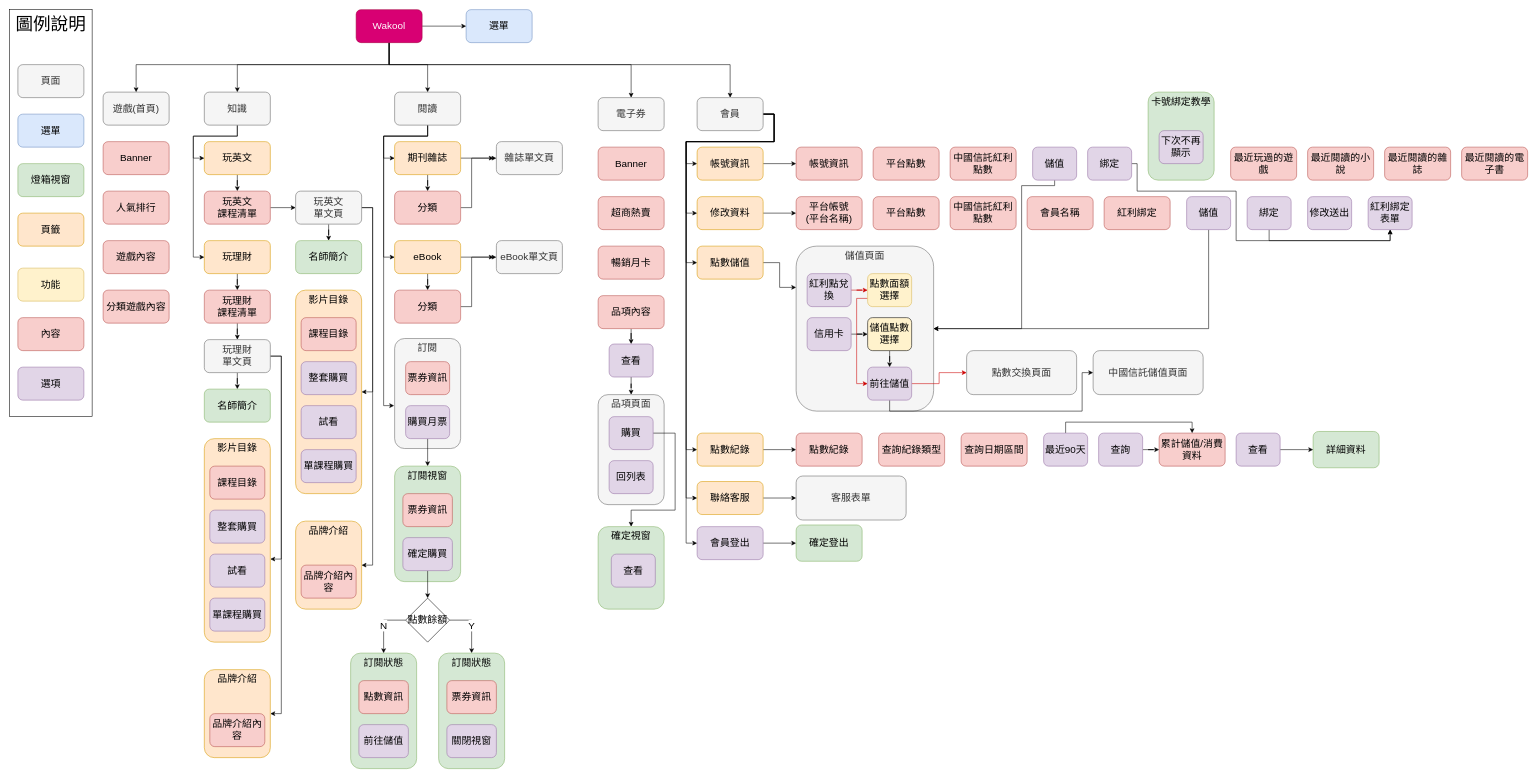
Cadmus-design/Diagrams keeps this draw.io diagram as page "sitemap-1117" (3 of 3) of 中信Wakool.drawio. Above is the earlier version. Source tidied: cells renumbered, new cells numbered last; positions are measured from the earlier drawing's top-left corner, leaving out a move shared by most shapes. Both pictures are drawn from the tidied source at 55%, with x=0, y=0 at pixel (9, 9).
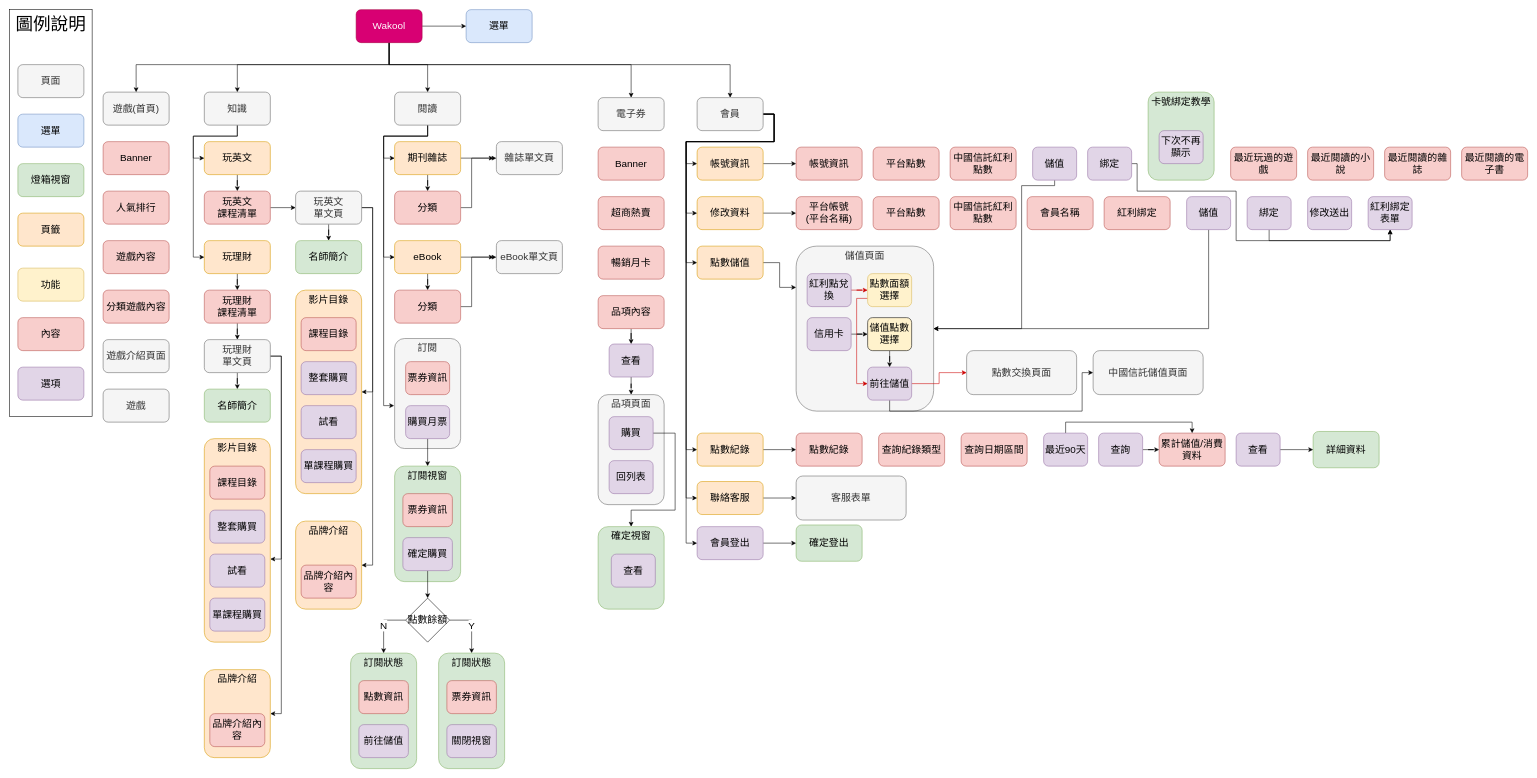
After the change.

Diff of the diagram source:
```diff
@@
+    <mxCell id="178" value="遊戲介紹頁面" style="rounded=1;whiteSpace=wrap;html=1;fillColor=#f5f5f5;strokeColor=#666666;fontSize=18;fontColor=#333333;" parent="1" vertex="1">
+      <mxGeometry x="170" y="600" width="120" height="60" as="geometry" />
+    </mxCell>
+    <mxCell id="179" value="遊戲" style="rounded=1;whiteSpace=wrap;html=1;fillColor=#f5f5f5;strokeColor=#666666;fontSize=18;fontColor=#333333;" parent="1" vertex="1">
+      <mxGeometry x="170" y="690" width="120" height="60" as="geometry" />
+    </mxCell>
```
